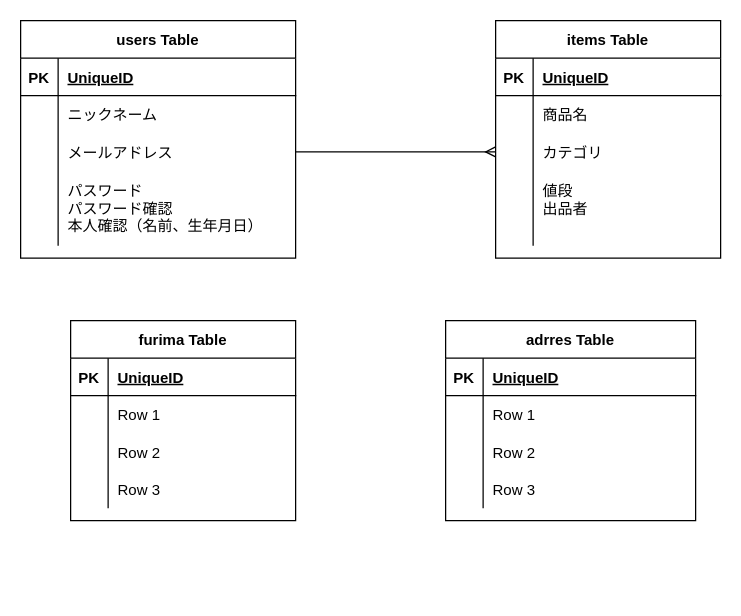
Above: test.dio in tyanyu0614/furima-31671 (draw.io), before the change. Source tidied: cells renumbered, new cells numbered last; positions are measured from the earlier drawing's top-left corner, leaving out a move shared by most shapes. Both pictures are drawn from the tidied source at 125%, with x=0, y=0 at pixel (20, 20).
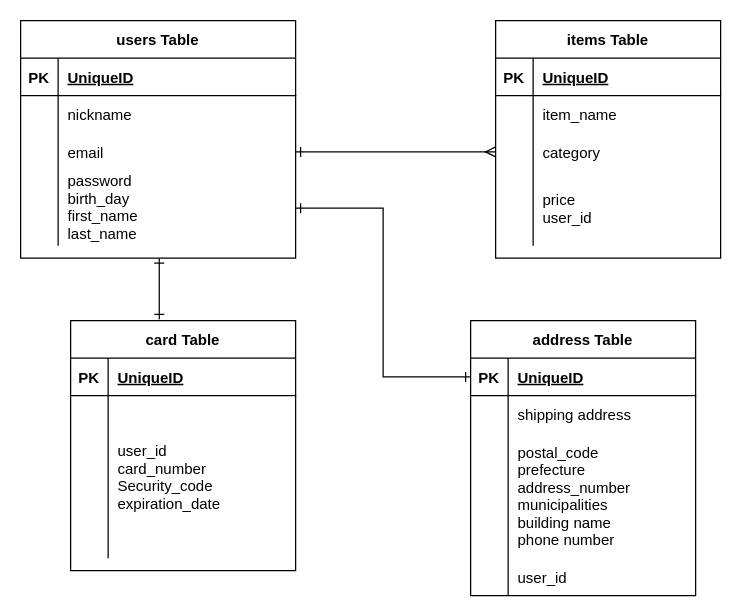
The same page after the edit.

Commit message (it also covers changes not shown here):
データベースの設計

Unchanged cells that the change refers to:
```xml
<mxCell id="2" value="users Table" style="shape=table;startSize=30;childLayout=tableLayout;rowLines=0;fontStyle=1;align=center;" parent="1" vertex="1">
  <mxGeometry width="220" height="190" as="geometry" />
</mxCell>
<mxCell id="6" style="shape=partialRectangle;fillColor=none;top=0;left=0;bottom=0;right=0;" parent="2" vertex="1">
  <mxGeometry y="60" width="220" height="30" as="geometry" />
</mxCell>
<mxCell id="9" style="shape=partialRectangle;fillColor=none;top=0;left=0;bottom=0;right=0;points=[[0,0.5],[1,0.5]];portConstraint=eastwest;" parent="2" vertex="1">
  <mxGeometry y="90" width="220" height="30" as="geometry" />
</mxCell>
<mxCell id="12" style="shape=partialRectangle;fillColor=none;top=0;left=0;bottom=0;right=0;points=[[0,0.5],[1,0.5]];portConstraint=eastwest;" parent="2" vertex="1">
  <mxGeometry y="120" width="220" height="60" as="geometry" />
</mxCell>
<mxCell id="19" style="shape=partialRectangle;fillColor=none;top=0;left=0;bottom=0;right=0;" parent="15" vertex="1">
  <mxGeometry y="60" width="180" height="30" as="geometry" />
</mxCell>
<mxCell id="22" style="shape=partialRectangle;fillColor=none;top=0;left=0;bottom=0;right=0;points=[[0,0.5],[1,0.5]];portConstraint=eastwest;" parent="15" vertex="1">
  <mxGeometry y="90" width="180" height="30" as="geometry" />
</mxCell>
<mxCell id="25" style="shape=partialRectangle;fillColor=none;top=0;left=0;bottom=0;right=0;" parent="15" vertex="1">
  <mxGeometry y="120" width="180" height="60" as="geometry" />
</mxCell>
<mxCell id="32" style="shape=partialRectangle;fillColor=none;top=0;left=0;bottom=0;right=0;" parent="28" vertex="1">
  <mxGeometry y="60" width="180" height="30" as="geometry" />
</mxCell>
```

Diff of the diagram source:
```diff
@@
+    <mxCell id="55" style="edgeStyle=orthogonalEdgeStyle;rounded=0;jettySize=auto;html=1;endArrow=ERone;endFill=0;entryX=0.394;entryY=-0.005;entryDx=0;entryDy=0;entryPerimeter=0;startArrow=ERone;startFill=0;" parent="1" edge="1" source="2" target="28">
+      <mxGeometry relative="1" as="geometry">
+        <Array as="points">
+          <mxPoint x="110" y="215" />
+        </Array>
+      </mxGeometry>
+    </mxCell>
@@
-    <mxCell id="8" value="ニックネーム" style="shape=partialRectangle;fillColor=none;top=0;left=0;bottom=0;right=0;align=left;spacingLeft=6;overflow=hidden;" parent="6" vertex="1">
+    <mxCell id="8" value="nickname" style="shape=partialRectangle;fillColor=none;top=0;left=0;bottom=0;right=0;align=left;spacingLeft=6;overflow=hidden;" parent="6" vertex="1">
       <mxGeometry x="30" width="190" height="30" as="geometry" />
     </mxCell>
@@
-    <mxCell id="11" value="メールアドレス" style="shape=partialRectangle;fillColor=none;top=0;left=0;bottom=0;right=0;align=left;spacingLeft=6;overflow=hidden;" parent="9" vertex="1">
+    <mxCell id="11" value="email" style="shape=partialRectangle;fillColor=none;top=0;left=0;bottom=0;right=0;align=left;spacingLeft=6;overflow=hidden;" parent="9" vertex="1">
       <mxGeometry x="30" width="190" height="30" as="geometry" />
     </mxCell>
@@
-    <mxCell id="14" value="パスワード&#10;パスワード確認&#10;本人確認（名前、生年月日）" style="shape=partialRectangle;fillColor=none;top=0;left=0;bottom=0;right=0;align=left;spacingLeft=6;overflow=hidden;" parent="12" vertex="1">
+    <mxCell id="14" value="password&#10;birth_day&#10;first_name&#10;last_name&#10;" style="shape=partialRectangle;fillColor=none;top=0;left=0;bottom=0;right=0;align=left;spacingLeft=6;overflow=hidden;" parent="12" vertex="1">
       <mxGeometry x="30" width="190" height="60" as="geometry" />
     </mxCell>
@@
-    <mxCell id="21" value="商品名" style="shape=partialRectangle;fillColor=none;top=0;left=0;bottom=0;right=0;align=left;spacingLeft=6;overflow=hidden;" parent="19" vertex="1">
+    <mxCell id="21" value="item_name" style="shape=partialRectangle;fillColor=none;top=0;left=0;bottom=0;right=0;align=left;spacingLeft=6;overflow=hidden;" parent="19" vertex="1">
       <mxGeometry x="30" width="150" height="30" as="geometry" />
     </mxCell>
@@
-    <mxCell id="24" value="カテゴリ" style="shape=partialRectangle;fillColor=none;top=0;left=0;bottom=0;right=0;align=left;spacingLeft=6;overflow=hidden;" parent="22" vertex="1">
+    <mxCell id="24" value="category" style="shape=partialRectangle;fillColor=none;top=0;left=0;bottom=0;right=0;align=left;spacingLeft=6;overflow=hidden;" parent="22" vertex="1">
       <mxGeometry x="30" width="150" height="30" as="geometry" />
     </mxCell>
@@
-    <mxCell id="27" value="値段&#10;出品者&#10;" style="shape=partialRectangle;fillColor=none;top=0;left=0;bottom=0;right=0;align=left;spacingLeft=6;overflow=hidden;" parent="25" vertex="1">
+    <mxCell id="27" value="price&#10;user_id" style="shape=partialRectangle;fillColor=none;top=0;left=0;bottom=0;right=0;align=left;spacingLeft=6;overflow=hidden;" parent="25" vertex="1">
       <mxGeometry x="30" width="150" height="60" as="geometry" />
     </mxCell>
-    <mxCell id="28" value="furima Table" style="shape=table;startSize=30;childLayout=tableLayout;rowLines=0;fontStyle=1;align=center;" parent="1" vertex="1">
-      <mxGeometry x="40" y="240" width="180" height="160" as="geometry" />
+    <mxCell id="28" value="card Table" style="shape=table;startSize=30;childLayout=tableLayout;rowLines=0;fontStyle=1;align=center;" parent="1" vertex="1">
+      <mxGeometry x="40" y="240" width="180" height="200" as="geometry" />
     </mxCell>
@@
-    <mxCell id="34" value="Row 1" style="shape=partialRectangle;fillColor=none;top=0;left=0;bottom=0;right=0;align=left;spacingLeft=6;overflow=hidden;" parent="32" vertex="1">
+    <mxCell id="34" style="shape=partialRectangle;fillColor=none;top=0;left=0;bottom=0;right=0;align=left;spacingLeft=6;overflow=hidden;" parent="32" vertex="1">
       <mxGeometry x="30" width="150" height="30" as="geometry" />
     </mxCell>
     <mxCell id="35" style="shape=partialRectangle;fillColor=none;top=0;left=0;bottom=0;right=0;" parent="28" vertex="1">
-      <mxGeometry y="90" width="180" height="30" as="geometry" />
+      <mxGeometry y="90" width="180" height="70" as="geometry" />
     </mxCell>
     <mxCell id="36" style="shape=partialRectangle;fillColor=none;top=0;left=0;bottom=0;right=0;overflow=hidden;" parent="35" vertex="1">
-      <mxGeometry width="30" height="30" as="geometry" />
+      <mxGeometry width="30" height="70" as="geometry" />
     </mxCell>
-    <mxCell id="37" value="Row 2" style="shape=partialRectangle;fillColor=none;top=0;left=0;bottom=0;right=0;align=left;spacingLeft=6;overflow=hidden;" parent="35" vertex="1">
-      <mxGeometry x="30" width="150" height="30" as="geometry" />
+    <mxCell id="37" value="user_id&#10;card_number&#10;Security_code&#10;expiration_date" style="shape=partialRectangle;fillColor=none;top=0;left=0;bottom=0;right=0;align=left;spacingLeft=6;overflow=hidden;" parent="35" vertex="1">
+      <mxGeometry x="30" width="150" height="70" as="geometry" />
     </mxCell>
     <mxCell id="38" style="shape=partialRectangle;fillColor=none;top=0;left=0;bottom=0;right=0;" parent="28" vertex="1">
-      <mxGeometry y="120" width="180" height="30" as="geometry" />
+      <mxGeometry y="160" width="180" height="30" as="geometry" />
     </mxCell>
@@
-    <mxCell id="40" value="Row 3" style="shape=partialRectangle;fillColor=none;top=0;left=0;bottom=0;right=0;align=left;spacingLeft=6;overflow=hidden;" parent="38" vertex="1">
+    <mxCell id="40" style="shape=partialRectangle;fillColor=none;top=0;left=0;bottom=0;right=0;align=left;spacingLeft=6;overflow=hidden;" parent="38" vertex="1">
       <mxGeometry x="30" width="150" height="30" as="geometry" />
     </mxCell>
-    <mxCell id="41" value="adrres Table" style="shape=table;startSize=30;childLayout=tableLayout;rowLines=0;fontStyle=1;align=center;" parent="1" vertex="1">
-      <mxGeometry x="340" y="240" width="200" height="160" as="geometry" />
+    <mxCell id="41" value="address Table" style="shape=table;startSize=30;childLayout=tableLayout;rowLines=0;fontStyle=1;align=center;" parent="1" vertex="1">
+      <mxGeometry x="360" y="240" width="180" height="220" as="geometry" />
     </mxCell>
     <mxCell id="42" style="shape=partialRectangle;fillColor=none;top=0;left=0;bottom=1;right=0;points=[[0,0.5],[1,0.5]];portConstraint=eastwest;" parent="41" vertex="1">
-      <mxGeometry y="30" width="200" height="30" as="geometry" />
+      <mxGeometry y="30" width="180" height="30" as="geometry" />
     </mxCell>
@@
     <mxCell id="44" value="UniqueID" style="shape=partialRectangle;fillColor=none;top=0;left=0;bottom=0;right=0;align=left;spacingLeft=6;fontStyle=5;overflow=hidden;" parent="42" vertex="1">
-      <mxGeometry x="30" width="170" height="30" as="geometry" />
+      <mxGeometry x="30" width="150" height="30" as="geometry" />
     </mxCell>
     <mxCell id="45" style="shape=partialRectangle;fillColor=none;top=0;left=0;bottom=0;right=0;" parent="41" vertex="1">
-      <mxGeometry y="60" width="200" height="30" as="geometry" />
+      <mxGeometry y="60" width="180" height="30" as="geometry" />
     </mxCell>
@@
-    <mxCell id="47" value="Row 1" style="shape=partialRectangle;fillColor=none;top=0;left=0;bottom=0;right=0;align=left;spacingLeft=6;overflow=hidden;" parent="45" vertex="1">
-      <mxGeometry x="30" width="170" height="30" as="geometry" />
+    <mxCell id="47" value="shipping address" style="shape=partialRectangle;fillColor=none;top=0;left=0;bottom=0;right=0;align=left;spacingLeft=6;overflow=hidden;" parent="45" vertex="1">
+      <mxGeometry x="30" width="150" height="30" as="geometry" />
     </mxCell>
     <mxCell id="48" style="shape=partialRectangle;fillColor=none;top=0;left=0;bottom=0;right=0;" parent="41" vertex="1">
-      <mxGeometry y="90" width="200" height="30" as="geometry" />
+      <mxGeometry y="90" width="180" height="100" as="geometry" />
     </mxCell>
     <mxCell id="49" style="shape=partialRectangle;fillColor=none;top=0;left=0;bottom=0;right=0;overflow=hidden;" parent="48" vertex="1">
-      <mxGeometry width="30" height="30" as="geometry" />
+      <mxGeometry width="30" height="100" as="geometry" />
     </mxCell>
-    <mxCell id="50" value="Row 2" style="shape=partialRectangle;fillColor=none;top=0;left=0;bottom=0;right=0;align=left;spacingLeft=6;overflow=hidden;" parent="48" vertex="1">
-      <mxGeometry x="30" width="170" height="30" as="geometry" />
+    <mxCell id="50" value="postal_code&#10;prefecture&#10;address_number&#10;municipalities&#10;building name&#10;phone number" style="shape=partialRectangle;fillColor=none;top=0;left=0;bottom=0;right=0;align=left;spacingLeft=6;overflow=hidden;" parent="48" vertex="1">
+      <mxGeometry x="30" width="150" height="100" as="geometry" />
     </mxCell>
     <mxCell id="51" style="shape=partialRectangle;fillColor=none;top=0;left=0;bottom=0;right=0;" parent="41" vertex="1">
-      <mxGeometry y="120" width="200" height="30" as="geometry" />
+      <mxGeometry y="190" width="180" height="30" as="geometry" />
     </mxCell>
@@
-    <mxCell id="53" value="Row 3" style="shape=partialRectangle;fillColor=none;top=0;left=0;bottom=0;right=0;align=left;spacingLeft=6;overflow=hidden;" parent="51" vertex="1">
-      <mxGeometry x="30" width="170" height="30" as="geometry" />
+    <mxCell id="53" value="user_id" style="shape=partialRectangle;fillColor=none;top=0;left=0;bottom=0;right=0;align=left;spacingLeft=6;overflow=hidden;" parent="51" vertex="1">
+      <mxGeometry x="30" width="150" height="30" as="geometry" />
     </mxCell>
-    <mxCell id="54" style="edgeStyle=orthogonalEdgeStyle;rounded=0;jettySize=auto;html=1;exitX=1;exitY=0.5;exitDx=0;exitDy=0;entryX=0;entryY=0.5;entryDx=0;entryDy=0;endArrow=ERmany;endFill=0;" parent="1" edge="1" source="9" target="22">
+    <mxCell id="54" style="edgeStyle=orthogonalEdgeStyle;rounded=0;jettySize=auto;html=1;exitX=1;exitY=0.5;exitDx=0;exitDy=0;entryX=0;entryY=0.5;entryDx=0;entryDy=0;endArrow=ERmany;endFill=0;startArrow=ERone;startFill=0;" parent="1" edge="1" source="9" target="22">
       <mxGeometry relative="1" as="geometry" />
     </mxCell>
+    <mxCell id="56" style="edgeStyle=orthogonalEdgeStyle;rounded=0;jettySize=auto;html=1;exitX=0;exitY=0.5;exitDx=0;exitDy=0;entryX=1;entryY=0.5;entryDx=0;entryDy=0;startArrow=ERone;startFill=0;endArrow=ERone;endFill=0;" parent="1" edge="1" source="42" target="12">
+      <mxGeometry relative="1" as="geometry" />
+    </mxCell>
```
